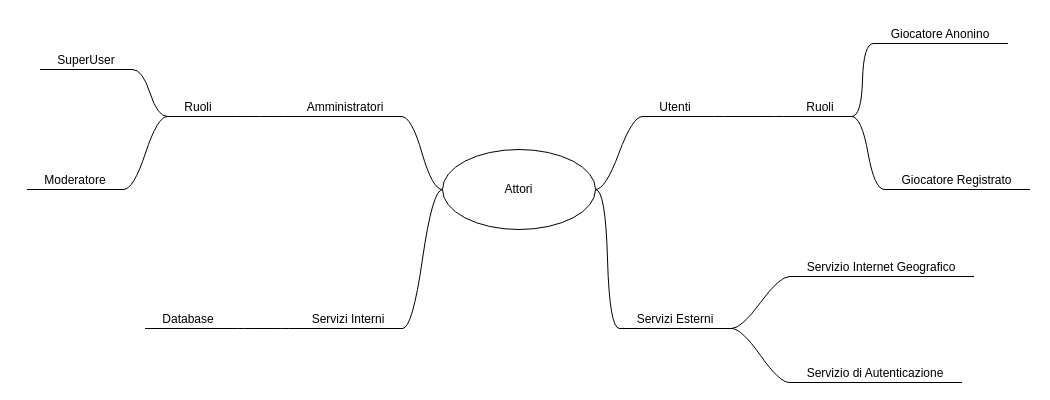
MrLakige/TrentinoFind keeps this draw.io diagram as Diagramma Utenti.drawio. Above is the earlier version. Source tidied: cells renumbered, new cells numbered last; positions are measured from the earlier drawing's top-left corner, leaving out a move shared by most shapes. Both pictures are drawn from the tidied source at 100%, with x=0, y=0 at pixel (27, 17).
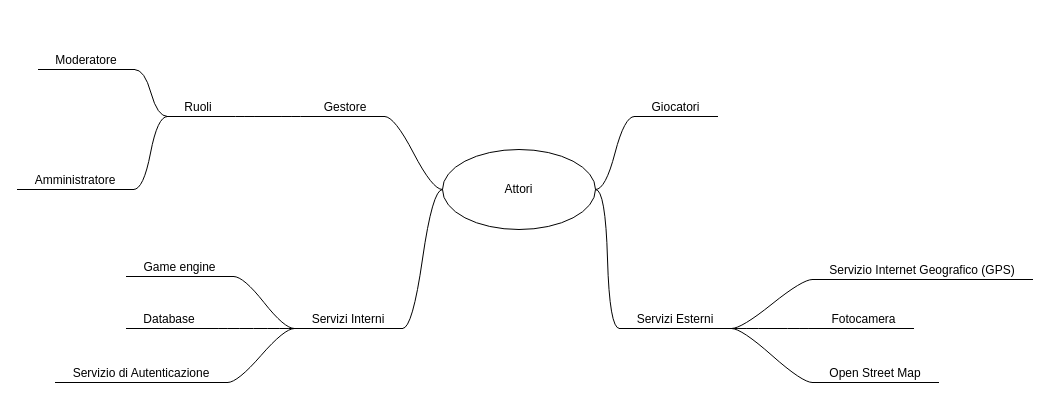
The same page after the edit.

Commit message (it also covers changes not shown here):
Add UC diagrams and final deliverable

The change refers to these unchanged cells:
```xml
<mxCell id="19" value="Servizi Esterni" style="whiteSpace=wrap;html=1;shape=partialRectangle;top=0;left=0;bottom=1;right=0;points=[[0,1],[1,1]];fillColor=none;align=center;verticalAlign=bottom;routingCenterY=0.5;snapToPoint=1;newEdgeStyle={&quot;edgeStyle&quot;:&quot;entityRelationEdgeStyle&quot;,&quot;startArrow&quot;:&quot;none&quot;,&quot;endArrow&quot;:&quot;none&quot;,&quot;segment&quot;:10,&quot;curved&quot;:1,&quot;sourcePerimeterSpacing&quot;:0,&quot;targetPerimeterSpacing&quot;:0};" parent="1" vertex="1">
  <mxGeometry x="592" y="285" width="112" height="26" as="geometry" />
</mxCell>
<mxCell id="27" value="Servizi Interni" style="whiteSpace=wrap;html=1;shape=partialRectangle;top=0;left=0;bottom=1;right=0;points=[[0,1],[1,1]];fillColor=none;align=center;verticalAlign=bottom;routingCenterY=0.5;snapToPoint=1;newEdgeStyle={&quot;edgeStyle&quot;:&quot;entityRelationEdgeStyle&quot;,&quot;startArrow&quot;:&quot;none&quot;,&quot;endArrow&quot;:&quot;none&quot;,&quot;segment&quot;:10,&quot;curved&quot;:1,&quot;sourcePerimeterSpacing&quot;:0,&quot;targetPerimeterSpacing&quot;:0};" parent="1" vertex="1">
  <mxGeometry x="267" y="285" width="108" height="26" as="geometry" />
</mxCell>
```

Change to the diagram source:
```diff
@@
-    <mxCell id="3" value="Utenti" style="whiteSpace=wrap;html=1;shape=partialRectangle;top=0;left=0;bottom=1;right=0;points=[[0,1],[1,1]];fillColor=none;align=center;verticalAlign=bottom;routingCenterY=0.5;snapToPoint=1;newEdgeStyle={&quot;edgeStyle&quot;:&quot;entityRelationEdgeStyle&quot;,&quot;startArrow&quot;:&quot;none&quot;,&quot;endArrow&quot;:&quot;none&quot;,&quot;segment&quot;:10,&quot;curved&quot;:1,&quot;sourcePerimeterSpacing&quot;:0,&quot;targetPerimeterSpacing&quot;:0};" parent="1" vertex="1">
-      <mxGeometry x="615" y="73" width="66" height="26" as="geometry" />
+    <mxCell id="3" value="Giocatori" style="whiteSpace=wrap;html=1;shape=partialRectangle;top=0;left=0;bottom=1;right=0;points=[[0,1],[1,1]];fillColor=none;align=center;verticalAlign=bottom;routingCenterY=0.5;snapToPoint=1;newEdgeStyle={&quot;edgeStyle&quot;:&quot;entityRelationEdgeStyle&quot;,&quot;startArrow&quot;:&quot;none&quot;,&quot;endArrow&quot;:&quot;none&quot;,&quot;segment&quot;:10,&quot;curved&quot;:1,&quot;sourcePerimeterSpacing&quot;:0,&quot;targetPerimeterSpacing&quot;:0};" parent="1" vertex="1">
+      <mxGeometry x="607" y="73" width="83" height="26" as="geometry" />
     </mxCell>
@@
-    <mxCell id="5" style="edgeStyle=entityRelationEdgeStyle;rounded=0;jettySize=auto;html=1;startArrow=none;endArrow=none;segment=10;curved=1;sourcePerimeterSpacing=0;targetPerimeterSpacing=0;exitX=1;exitY=1;exitDx=0;exitDy=0;" parent="1" edge="1" source="6" target="10">
-      <mxGeometry relative="1" as="geometry" />
-    </mxCell>
-    <mxCell id="6" value="Ruoli" style="whiteSpace=wrap;html=1;shape=partialRectangle;top=0;left=0;bottom=1;right=0;points=[[0,1],[1,1]];fillColor=none;align=center;verticalAlign=bottom;routingCenterY=0.5;snapToPoint=1;newEdgeStyle={&quot;edgeStyle&quot;:&quot;entityRelationEdgeStyle&quot;,&quot;startArrow&quot;:&quot;none&quot;,&quot;endArrow&quot;:&quot;none&quot;,&quot;segment&quot;:10,&quot;curved&quot;:1,&quot;sourcePerimeterSpacing&quot;:0,&quot;targetPerimeterSpacing&quot;:0};" parent="1" vertex="1">
-      <mxGeometry x="762" y="73" width="62" height="26" as="geometry" />
-    </mxCell>
-    <mxCell id="7" style="edgeStyle=entityRelationEdgeStyle;startArrow=none;endArrow=none;segment=10;curved=1;sourcePerimeterSpacing=0;targetPerimeterSpacing=0;rounded=0;exitX=1;exitY=1;exitDx=0;exitDy=0;entryX=0;entryY=1;entryDx=0;entryDy=0;" parent="1" edge="1" source="3" target="6">
-      <mxGeometry relative="1" as="geometry" />
-    </mxCell>
-    <mxCell id="8" value="Giocatore Anonino" style="whiteSpace=wrap;html=1;shape=partialRectangle;top=0;left=0;bottom=1;right=0;points=[[0,1],[1,1]];fillColor=none;align=center;verticalAlign=bottom;routingCenterY=0.5;snapToPoint=1;newEdgeStyle={&quot;edgeStyle&quot;:&quot;entityRelationEdgeStyle&quot;,&quot;startArrow&quot;:&quot;none&quot;,&quot;endArrow&quot;:&quot;none&quot;,&quot;segment&quot;:10,&quot;curved&quot;:1,&quot;sourcePerimeterSpacing&quot;:0,&quot;targetPerimeterSpacing&quot;:0};" parent="1" vertex="1">
-      <mxGeometry x="846" width="134" height="26" as="geometry" />
-    </mxCell>
-    <mxCell id="9" style="edgeStyle=entityRelationEdgeStyle;startArrow=none;endArrow=none;segment=10;curved=1;sourcePerimeterSpacing=0;targetPerimeterSpacing=0;rounded=0;exitX=1;exitY=1;exitDx=0;exitDy=0;entryX=0;entryY=1;entryDx=0;entryDy=0;" parent="1" edge="1" source="6" target="8">
-      <mxGeometry relative="1" as="geometry" />
-    </mxCell>
-    <mxCell id="10" value="Giocatore Registrato" style="whiteSpace=wrap;html=1;shape=partialRectangle;top=0;left=0;bottom=1;right=0;points=[[0,1],[1,1]];fillColor=none;align=center;verticalAlign=bottom;routingCenterY=0.5;snapToPoint=1;newEdgeStyle={&quot;edgeStyle&quot;:&quot;entityRelationEdgeStyle&quot;,&quot;startArrow&quot;:&quot;none&quot;,&quot;endArrow&quot;:&quot;none&quot;,&quot;segment&quot;:10,&quot;curved&quot;:1,&quot;sourcePerimeterSpacing&quot;:0,&quot;targetPerimeterSpacing&quot;:0};" parent="1" vertex="1">
-      <mxGeometry x="857" y="146" width="145" height="26" as="geometry" />
-    </mxCell>
-    <mxCell id="11" value="Amministratori" style="whiteSpace=wrap;html=1;shape=partialRectangle;top=0;left=0;bottom=1;right=0;points=[[0,1],[1,1]];fillColor=none;align=center;verticalAlign=bottom;routingCenterY=0.5;snapToPoint=1;newEdgeStyle={&quot;edgeStyle&quot;:&quot;entityRelationEdgeStyle&quot;,&quot;startArrow&quot;:&quot;none&quot;,&quot;endArrow&quot;:&quot;none&quot;,&quot;segment&quot;:10,&quot;curved&quot;:1,&quot;sourcePerimeterSpacing&quot;:0,&quot;targetPerimeterSpacing&quot;:0};" parent="1" vertex="1">
-      <mxGeometry x="262" y="73" width="112" height="26" as="geometry" />
+    <mxCell id="11" value="Gestore" style="whiteSpace=wrap;html=1;shape=partialRectangle;top=0;left=0;bottom=1;right=0;points=[[0,1],[1,1]];fillColor=none;align=center;verticalAlign=bottom;routingCenterY=0.5;snapToPoint=1;newEdgeStyle={&quot;edgeStyle&quot;:&quot;entityRelationEdgeStyle&quot;,&quot;startArrow&quot;:&quot;none&quot;,&quot;endArrow&quot;:&quot;none&quot;,&quot;segment&quot;:10,&quot;curved&quot;:1,&quot;sourcePerimeterSpacing&quot;:0,&quot;targetPerimeterSpacing&quot;:0};" parent="1" vertex="1">
+      <mxGeometry x="279" y="73" width="78" height="26" as="geometry" />
     </mxCell>
@@
-    <mxCell id="15" value="SuperUser" style="whiteSpace=wrap;html=1;shape=partialRectangle;top=0;left=0;bottom=1;right=0;points=[[0,1],[1,1]];fillColor=none;align=center;verticalAlign=bottom;routingCenterY=0.5;snapToPoint=1;newEdgeStyle={&quot;edgeStyle&quot;:&quot;entityRelationEdgeStyle&quot;,&quot;startArrow&quot;:&quot;none&quot;,&quot;endArrow&quot;:&quot;none&quot;,&quot;segment&quot;:10,&quot;curved&quot;:1,&quot;sourcePerimeterSpacing&quot;:0,&quot;targetPerimeterSpacing&quot;:0};" parent="1" vertex="1">
-      <mxGeometry x="13" y="26" width="92" height="26" as="geometry" />
+    <mxCell id="15" value="Moderatore" style="whiteSpace=wrap;html=1;shape=partialRectangle;top=0;left=0;bottom=1;right=0;points=[[0,1],[1,1]];fillColor=none;align=center;verticalAlign=bottom;routingCenterY=0.5;snapToPoint=1;newEdgeStyle={&quot;edgeStyle&quot;:&quot;entityRelationEdgeStyle&quot;,&quot;startArrow&quot;:&quot;none&quot;,&quot;endArrow&quot;:&quot;none&quot;,&quot;segment&quot;:10,&quot;curved&quot;:1,&quot;sourcePerimeterSpacing&quot;:0,&quot;targetPerimeterSpacing&quot;:0};" parent="1" vertex="1">
+      <mxGeometry x="11" y="26" width="96" height="26" as="geometry" />
     </mxCell>
@@
-    <mxCell id="17" value="Moderatore" style="whiteSpace=wrap;html=1;shape=partialRectangle;top=0;left=0;bottom=1;right=0;points=[[0,1],[1,1]];fillColor=none;align=center;verticalAlign=bottom;routingCenterY=0.5;snapToPoint=1;newEdgeStyle={&quot;edgeStyle&quot;:&quot;entityRelationEdgeStyle&quot;,&quot;startArrow&quot;:&quot;none&quot;,&quot;endArrow&quot;:&quot;none&quot;,&quot;segment&quot;:10,&quot;curved&quot;:1,&quot;sourcePerimeterSpacing&quot;:0,&quot;targetPerimeterSpacing&quot;:0};" parent="1" vertex="1">
-      <mxGeometry y="146" width="96" height="26" as="geometry" />
+    <mxCell id="17" value="Amministratore" style="whiteSpace=wrap;html=1;shape=partialRectangle;top=0;left=0;bottom=1;right=0;points=[[0,1],[1,1]];fillColor=none;align=center;verticalAlign=bottom;routingCenterY=0.5;snapToPoint=1;newEdgeStyle={&quot;edgeStyle&quot;:&quot;entityRelationEdgeStyle&quot;,&quot;startArrow&quot;:&quot;none&quot;,&quot;endArrow&quot;:&quot;none&quot;,&quot;segment&quot;:10,&quot;curved&quot;:1,&quot;sourcePerimeterSpacing&quot;:0,&quot;targetPerimeterSpacing&quot;:0};" parent="1" vertex="1">
+      <mxGeometry x="-10" y="146" width="116" height="26" as="geometry" />
     </mxCell>
@@
-    <mxCell id="21" value="Servizio Internet Geografico" style="whiteSpace=wrap;html=1;shape=partialRectangle;top=0;left=0;bottom=1;right=0;points=[[0,1],[1,1]];fillColor=none;align=center;verticalAlign=bottom;routingCenterY=0.5;snapToPoint=1;newEdgeStyle={&quot;edgeStyle&quot;:&quot;entityRelationEdgeStyle&quot;,&quot;startArrow&quot;:&quot;none&quot;,&quot;endArrow&quot;:&quot;none&quot;,&quot;segment&quot;:10,&quot;curved&quot;:1,&quot;sourcePerimeterSpacing&quot;:0,&quot;targetPerimeterSpacing&quot;:0};" parent="1" vertex="1">
-      <mxGeometry x="762" y="233" width="184" height="26" as="geometry" />
+    <mxCell id="21" value="Servizio Internet Geografico (GPS)" style="whiteSpace=wrap;html=1;shape=partialRectangle;top=0;left=0;bottom=1;right=0;points=[[0,1],[1,1]];fillColor=none;align=center;verticalAlign=bottom;routingCenterY=0.5;snapToPoint=1;newEdgeStyle={&quot;edgeStyle&quot;:&quot;entityRelationEdgeStyle&quot;,&quot;startArrow&quot;:&quot;none&quot;,&quot;endArrow&quot;:&quot;none&quot;,&quot;segment&quot;:10,&quot;curved&quot;:1,&quot;sourcePerimeterSpacing&quot;:0,&quot;targetPerimeterSpacing&quot;:0};" parent="1" vertex="1">
+      <mxGeometry x="785" y="236" width="220" height="26" as="geometry" />
     </mxCell>
@@
-    <mxCell id="23" value="Servizio di Autenticazione" style="whiteSpace=wrap;html=1;shape=partialRectangle;top=0;left=0;bottom=1;right=0;points=[[0,1],[1,1]];fillColor=none;align=center;verticalAlign=bottom;routingCenterY=0.5;snapToPoint=1;newEdgeStyle={&quot;edgeStyle&quot;:&quot;entityRelationEdgeStyle&quot;,&quot;startArrow&quot;:&quot;none&quot;,&quot;endArrow&quot;:&quot;none&quot;,&quot;segment&quot;:10,&quot;curved&quot;:1,&quot;sourcePerimeterSpacing&quot;:0,&quot;targetPerimeterSpacing&quot;:0};" parent="1" vertex="1">
-      <mxGeometry x="762" y="339" width="172" height="26" as="geometry" />
+    <mxCell id="23" value="Open Street Map" style="whiteSpace=wrap;html=1;shape=partialRectangle;top=0;left=0;bottom=1;right=0;points=[[0,1],[1,1]];fillColor=none;align=center;verticalAlign=bottom;routingCenterY=0.5;snapToPoint=1;newEdgeStyle={&quot;edgeStyle&quot;:&quot;entityRelationEdgeStyle&quot;,&quot;startArrow&quot;:&quot;none&quot;,&quot;endArrow&quot;:&quot;none&quot;,&quot;segment&quot;:10,&quot;curved&quot;:1,&quot;sourcePerimeterSpacing&quot;:0,&quot;targetPerimeterSpacing&quot;:0};" parent="1" vertex="1">
+      <mxGeometry x="785" y="339" width="126" height="26" as="geometry" />
     </mxCell>
@@
     <mxCell id="28" value="Database" style="whiteSpace=wrap;html=1;shape=partialRectangle;top=0;left=0;bottom=1;right=0;points=[[0,1],[1,1]];fillColor=none;align=center;verticalAlign=bottom;routingCenterY=0.5;snapToPoint=1;newEdgeStyle={&quot;edgeStyle&quot;:&quot;entityRelationEdgeStyle&quot;,&quot;startArrow&quot;:&quot;none&quot;,&quot;endArrow&quot;:&quot;none&quot;,&quot;segment&quot;:10,&quot;curved&quot;:1,&quot;sourcePerimeterSpacing&quot;:0,&quot;targetPerimeterSpacing&quot;:0};" parent="1" vertex="1">
-      <mxGeometry x="118" y="285" width="86" height="26" as="geometry" />
+      <mxGeometry x="99" y="285" width="86" height="26" as="geometry" />
     </mxCell>
+    <mxCell id="29" style="edgeStyle=entityRelationEdgeStyle;rounded=0;jettySize=auto;html=1;startArrow=none;endArrow=none;segment=10;curved=1;sourcePerimeterSpacing=0;targetPerimeterSpacing=0;entryX=0;entryY=1;entryDx=0;entryDy=0;" parent="1" edge="1" source="30" target="27">
+      <mxGeometry relative="1" as="geometry" />
+    </mxCell>
+    <mxCell id="30" value="Servizio di Autenticazione" style="whiteSpace=wrap;html=1;shape=partialRectangle;top=0;left=0;bottom=1;right=0;points=[[0,1],[1,1]];fillColor=none;align=center;verticalAlign=bottom;routingCenterY=0.5;snapToPoint=1;newEdgeStyle={&quot;edgeStyle&quot;:&quot;entityRelationEdgeStyle&quot;,&quot;startArrow&quot;:&quot;none&quot;,&quot;endArrow&quot;:&quot;none&quot;,&quot;segment&quot;:10,&quot;curved&quot;:1,&quot;sourcePerimeterSpacing&quot;:0,&quot;targetPerimeterSpacing&quot;:0};" parent="1" vertex="1">
+      <mxGeometry x="28" y="339" width="172" height="26" as="geometry" />
+    </mxCell>
+    <mxCell id="31" style="edgeStyle=entityRelationEdgeStyle;rounded=0;jettySize=auto;html=1;startArrow=none;endArrow=none;segment=10;curved=1;sourcePerimeterSpacing=0;targetPerimeterSpacing=0;entryX=0;entryY=1;entryDx=0;entryDy=0;" parent="1" edge="1" source="32" target="27">
+      <mxGeometry relative="1" as="geometry" />
+    </mxCell>
+    <mxCell id="32" value="Game engine" style="whiteSpace=wrap;html=1;shape=partialRectangle;top=0;left=0;bottom=1;right=0;points=[[0,1],[1,1]];fillColor=none;align=center;verticalAlign=bottom;routingCenterY=0.5;snapToPoint=1;newEdgeStyle={&quot;edgeStyle&quot;:&quot;entityRelationEdgeStyle&quot;,&quot;startArrow&quot;:&quot;none&quot;,&quot;endArrow&quot;:&quot;none&quot;,&quot;segment&quot;:10,&quot;curved&quot;:1,&quot;sourcePerimeterSpacing&quot;:0,&quot;targetPerimeterSpacing&quot;:0};" parent="1" vertex="1">
+      <mxGeometry x="99" y="233" width="107" height="26" as="geometry" />
+    </mxCell>
+    <mxCell id="33" style="edgeStyle=entityRelationEdgeStyle;rounded=0;jettySize=auto;html=1;startArrow=none;endArrow=none;segment=10;curved=1;sourcePerimeterSpacing=0;targetPerimeterSpacing=0;entryX=1;entryY=1;entryDx=0;entryDy=0;" parent="1" edge="1" source="34" target="19">
+      <mxGeometry relative="1" as="geometry" />
+    </mxCell>
+    <mxCell id="34" value="Fotocamera" style="whiteSpace=wrap;html=1;shape=partialRectangle;top=0;left=0;bottom=1;right=0;points=[[0,1],[1,1]];fillColor=none;align=center;verticalAlign=bottom;routingCenterY=0.5;snapToPoint=1;newEdgeStyle={&quot;edgeStyle&quot;:&quot;entityRelationEdgeStyle&quot;,&quot;startArrow&quot;:&quot;none&quot;,&quot;endArrow&quot;:&quot;none&quot;,&quot;segment&quot;:10,&quot;curved&quot;:1,&quot;sourcePerimeterSpacing&quot;:0,&quot;targetPerimeterSpacing&quot;:0};" parent="1" vertex="1">
+      <mxGeometry x="787" y="285" width="99" height="26" as="geometry" />
+    </mxCell>
```
